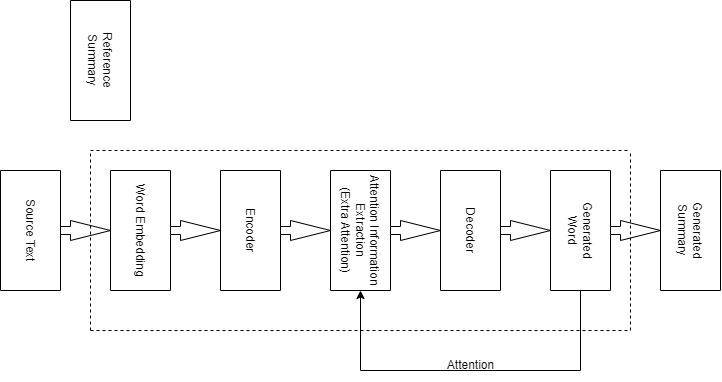
The draw.io diagram abstractive.drawio.png in thesourabhk/finalYearProject, before a commit. Source tidied: cells renumbered, new cells last; positions are measured from the earlier drawing's top-left corner, leaving out a move shared by most shapes.
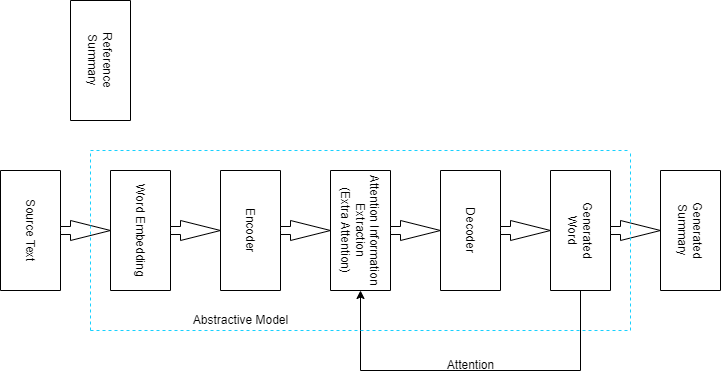
Above is the later version.

What changed in the source:
```diff
@@ -60,29 +60,32 @@
     <mxCell id="18" value="Reference&lt;br&gt;Summary" style="rounded=0;whiteSpace=wrap;html=1;rotation=90;" parent="1" vertex="1">
       <mxGeometry x="70" width="120" height="60" as="geometry" />
     </mxCell>
-    <mxCell id="19" style="endArrow=none;dashed=1;html=1;rounded=0;" parent="1" edge="1">
+    <mxCell id="19" style="endArrow=none;dashed=1;html=1;rounded=0;strokeColor=#17D1FF;" parent="1" edge="1">
       <mxGeometry relative="1" as="geometry">
         <mxPoint x="120" y="120" as="sourcePoint" />
         <mxPoint x="660" y="120" as="targetPoint" />
       </mxGeometry>
     </mxCell>
-    <mxCell id="20" style="endArrow=none;dashed=1;html=1;rounded=0;" parent="1" edge="1">
+    <mxCell id="20" style="endArrow=none;dashed=1;html=1;rounded=0;strokeColor=#17D1FF;" parent="1" edge="1">
       <mxGeometry relative="1" as="geometry">
         <mxPoint x="120" y="300" as="sourcePoint" />
         <mxPoint x="660" y="300" as="targetPoint" />
       </mxGeometry>
     </mxCell>
-    <mxCell id="21" style="endArrow=none;dashed=1;html=1;rounded=0;" parent="1" edge="1">
+    <mxCell id="21" style="endArrow=none;dashed=1;html=1;rounded=0;strokeColor=#17D1FF;" parent="1" edge="1">
       <mxGeometry relative="1" as="geometry">
         <mxPoint x="120" y="300" as="sourcePoint" />
         <mxPoint x="120" y="120" as="targetPoint" />
       </mxGeometry>
     </mxCell>
-    <mxCell id="22" style="endArrow=none;dashed=1;html=1;rounded=0;" parent="1" edge="1">
+    <mxCell id="22" style="endArrow=none;dashed=1;html=1;rounded=0;strokeColor=#17D1FF;" parent="1" edge="1">
       <mxGeometry relative="1" as="geometry">
         <mxPoint x="660" y="300" as="sourcePoint" />
         <mxPoint x="660" y="120" as="targetPoint" />
       </mxGeometry>
     </mxCell>
+    <mxCell id="23" value="Abstractive Model" style="text;html=1;align=center;verticalAlign=middle;strokeColor=none;fillColor=none;" parent="1" vertex="1">
+      <mxGeometry x="210" y="275" width="120" height="30" as="geometry" />
+    </mxCell>
   </root>
 </mxGraphModel>
```
